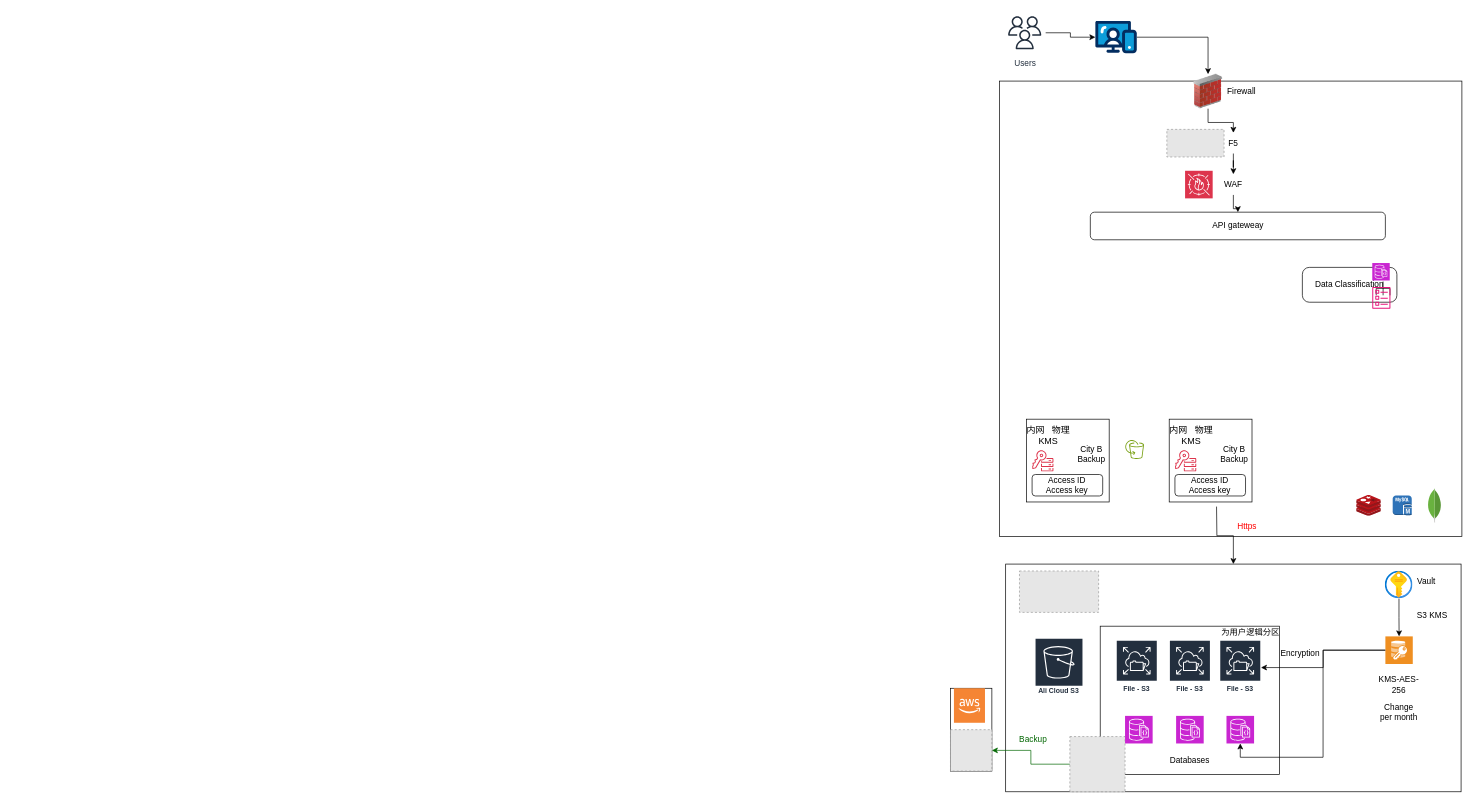
AliceHan7/Architecture-Design keeps this draw.io diagram as 未命名绘图.drawio. Above is the earlier version. Source tidied: cells renumbered, new cells numbered last; positions are measured from the earlier drawing's top-left corner, leaving out a move shared by most shapes. Both pictures are drawn from the tidied source at 69%, with x=0, y=0 at pixel (950, 12). Pictures stored in the file or linked from it are replaced by grey dashed boxes.
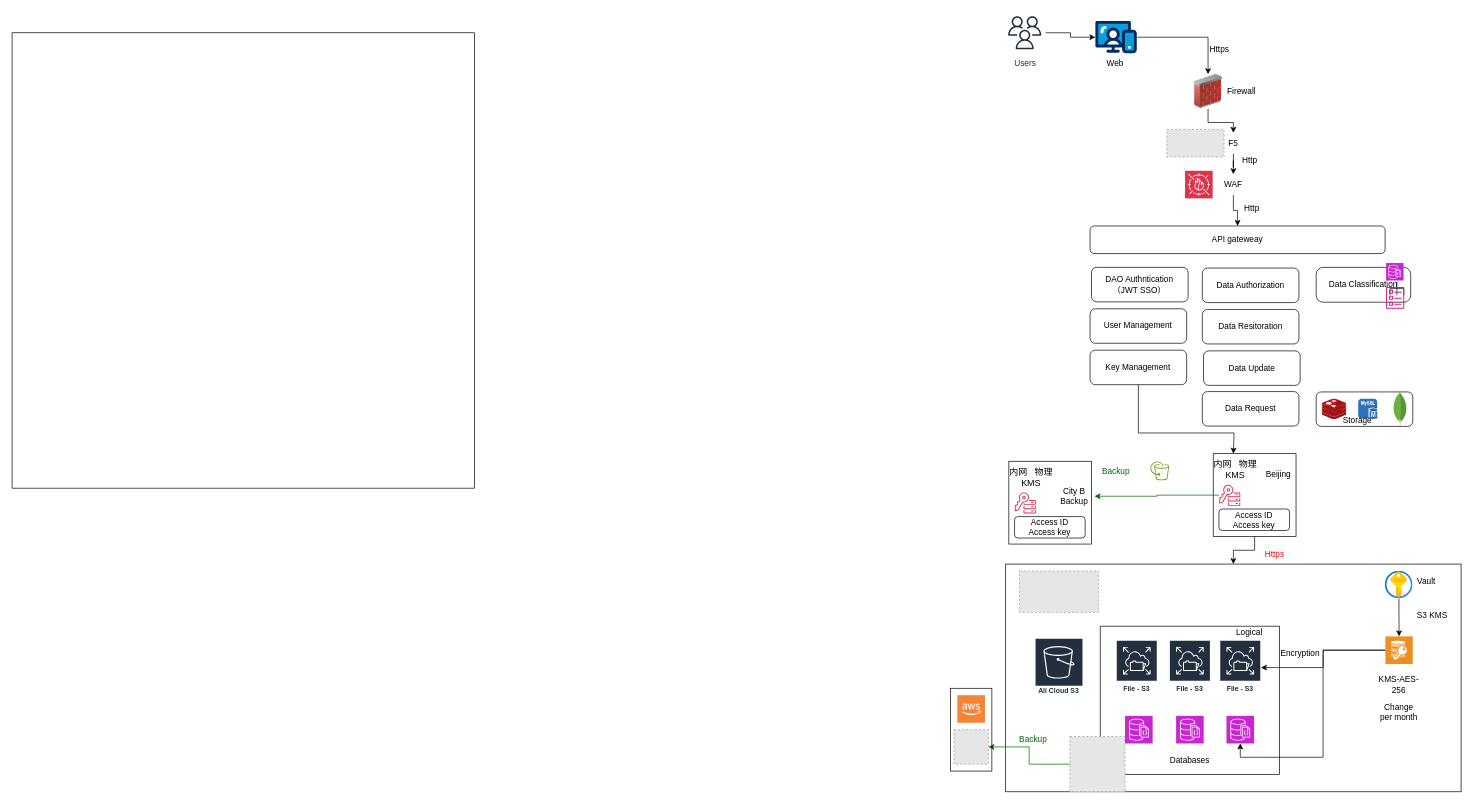
After the change.

Commit message (it also covers changes not shown here):
更新未命名绘图.drawio

The change refers to these unchanged cells:
```xml
<mxCell id="3" style="whiteSpace=wrap;html=1;" parent="1" vertex="1">
  <mxGeometry x="80" y="800" width="660" height="330" as="geometry" />
</mxCell>
<mxCell id="64" value="City B&lt;br&gt;Backup" style="text;html=1;strokeColor=none;fillColor=none;align=center;verticalAlign=middle;whiteSpace=wrap;rounded=0;" parent="59" vertex="1">
  <mxGeometry x="72.4" y="36.7" width="58.8" height="28" as="geometry" />
</mxCell>
<mxCell id="66" style="whiteSpace=wrap;html=1;" parent="65" vertex="1">
  <mxGeometry x="7" width="120" height="120" as="geometry" />
</mxCell>
<mxCell id="68" style="sketch=0;outlineConnect=0;fontColor=#232F3E;gradientColor=none;fillColor=#DD344C;strokeColor=none;dashed=0;verticalLabelPosition=bottom;verticalAlign=top;align=center;html=1;fontSize=12;fontStyle=0;shape=mxgraph.aws4.key_management_service_external_key_store;" parent="65" vertex="1">
  <mxGeometry x="15.3" y="44.5" width="31.1" height="31.1" as="geometry" />
</mxCell>
```

Diff of the diagram source:
```diff
@@
     <mxCell id="2" style="whiteSpace=wrap;html=1;" parent="1" vertex="1">
-      <mxGeometry x="71.2" y="100" width="670" height="660" as="geometry" />
+      <mxGeometry x="-1360" y="30" width="670" height="660" as="geometry" />
     </mxCell>
@@
-    <mxCell id="24" value="为用户逻辑分区" style="text;html=1;strokeColor=none;fillColor=none;align=center;verticalAlign=middle;whiteSpace=wrap;rounded=0;" parent="1" vertex="1">
+    <mxCell id="24" value="Logical&amp;nbsp;" style="text;html=1;strokeColor=none;fillColor=none;align=center;verticalAlign=middle;whiteSpace=wrap;rounded=0;" parent="1" vertex="1">
       <mxGeometry x="390" y="884.8" width="90" height="30" as="geometry" />
     </mxCell>
@@
-    <mxCell id="26" style="edgeStyle=orthogonalEdgeStyle;rounded=0;jettySize=auto;html=1;" parent="1" edge="1" target="3">
-      <mxGeometry relative="1" as="geometry">
-        <mxPoint x="385.6" y="716.7" as="sourcePoint" />
-      </mxGeometry>
-    </mxCell>
-    <mxCell id="27" value="&lt;font color=&quot;#ff0000&quot;&gt;Https&lt;/font&gt;" style="text;html=1;strokeColor=none;fillColor=none;align=center;verticalAlign=middle;whiteSpace=wrap;rounded=0;" parent="1" vertex="1">
-      <mxGeometry x="400" y="730" width="60" height="30" as="geometry" />
-    </mxCell>
     <mxCell id="28" style="group;" parent="1" vertex="1">
-      <mxGeometry x="510" y="370" width="137" height="60" as="geometry" />
+      <mxGeometry x="530" y="370" width="137" height="60" as="geometry" />
     </mxCell>
@@
     <mxCell id="37" style="group;" parent="1" vertex="1">
-      <mxGeometry x="313.6" y="170" width="126.4" height="40" as="geometry" />
+      <mxGeometry x="313.6" y="170" width="150.4" height="60" as="geometry" />
     </mxCell>
@@
-    <mxCell id="40" style="group;strokeColor=default;" parent="1" vertex="1">
-      <mxGeometry y="980" width="60" height="120" as="geometry" />
-    </mxCell>
-    <mxCell id="41" style="dashed=0;verticalLabelPosition=bottom;verticalAlign=top;align=center;html=1;shape=mxgraph.aws3.cloud_2;fillColor=#F58534;gradientColor=none;" parent="40" vertex="1">
-      <mxGeometry x="5" width="45" height="50" as="geometry" />
-    </mxCell>
-    <mxCell id="42" style="fillColor=#E6E6E6;strokeColor=#999999;dashed=1;verticalLabelPosition=bottom;verticalAlign=top;" parent="40" vertex="1">
-      <mxGeometry y="60" width="60" height="60" as="geometry" />
-    </mxCell>
+    <mxCell id="71" value="Http" style="text;html=1;strokeColor=none;fillColor=none;align=center;verticalAlign=middle;whiteSpace=wrap;rounded=0;" parent="37" vertex="1">
+      <mxGeometry x="90.4" y="30" width="60" height="30" as="geometry" />
+    </mxCell>
@@
     <mxCell id="50" value="API gateweay" style="rounded=1;whiteSpace=wrap;html=1;" parent="1" vertex="1">
-      <mxGeometry x="202.7" y="290" width="427.6" height="40" as="geometry" />
+      <mxGeometry x="202.3" y="310" width="427.6" height="40" as="geometry" />
     </mxCell>
@@
-    <mxCell id="54" style="group;" parent="1" vertex="1">
-      <mxGeometry x="588.5" y="690" width="123" height="50" as="geometry" />
-    </mxCell>
-    <mxCell id="55" style="image;sketch=0;html=1;align=center;fontSize=12;image=img/lib/mscae/Cache_Redis_Product.svg;" parent="54" vertex="1">
-      <mxGeometry y="10.5" width="35.7" height="30" as="geometry" />
-    </mxCell>
-    <mxCell id="56" style="dashed=0;verticalLabelPosition=bottom;verticalAlign=top;align=center;html=1;shape=mxgraph.aws3.mysql_db_instance;fillColor=#2E73B8;gradientColor=none;" parent="54" vertex="1">
-      <mxGeometry x="52.4" y="10.5" width="27.6" height="29" as="geometry" />
-    </mxCell>
-    <mxCell id="57" style="dashed=0;html=1;align=center;labelPosition=center;verticalLabelPosition=bottom;verticalAlign=top;shape=mxgraph.weblogos.mongodb;" parent="54" vertex="1">
-      <mxGeometry x="103" width="20" height="50" as="geometry" />
-    </mxCell>
     <mxCell id="58" style="sketch=0;fontColor=#232F3E;gradientColor=none;fillColor=#7AA116;strokeColor=none;dashed=0;verticalLabelPosition=bottom;verticalAlign=top;align=center;html=1;fontSize=12;fontStyle=0;shape=mxgraph.aws4.backup_aws_backup_support_for_amazon_s3;" parent="1" vertex="1">
-      <mxGeometry x="253" y="620" width="27.6" height="27.6" as="geometry" />
+      <mxGeometry x="289.4" y="651" width="27.6" height="27.6" as="geometry" />
     </mxCell>
     <mxCell id="59" style="group;" parent="1" vertex="1">
-      <mxGeometry x="103" y="590" width="131.2" height="120" as="geometry" />
+      <mxGeometry x="77.6" y="651" width="131.2" height="120" as="geometry" />
     </mxCell>
@@
     <mxCell id="65" style="group;" parent="1" vertex="1">
-      <mxGeometry x="310" y="590" width="131.2" height="120" as="geometry" />
+      <mxGeometry x="373.8" y="640" width="131.2" height="120" as="geometry" />
     </mxCell>
@@
-    <mxCell id="70" value="City B&lt;br&gt;Backup" style="text;html=1;strokeColor=none;fillColor=none;align=center;verticalAlign=middle;whiteSpace=wrap;rounded=0;" parent="65" vertex="1">
-      <mxGeometry x="72.4" y="36.7" width="58.8" height="28" as="geometry" />
+    <mxCell id="70" value="Beijing" style="text;html=1;strokeColor=none;fillColor=none;align=center;verticalAlign=middle;whiteSpace=wrap;rounded=0;" parent="65" vertex="1">
+      <mxGeometry x="72.4" y="16.4" width="58.8" height="28" as="geometry" />
     </mxCell>
+    <mxCell id="72" style="edgeStyle=orthogonalEdgeStyle;rounded=0;jettySize=auto;html=1;strokeColor=#006600;" parent="1" edge="1" source="68" target="64">
+      <mxGeometry relative="1" as="geometry" />
+    </mxCell>
+    <mxCell id="73" value="&lt;font color=&quot;#006600&quot;&gt;Backup&lt;/font&gt;" style="text;html=1;strokeColor=none;fillColor=none;align=center;verticalAlign=middle;whiteSpace=wrap;rounded=0;" parent="1" vertex="1">
+      <mxGeometry x="210" y="651" width="60" height="30" as="geometry" />
+    </mxCell>
+    <mxCell id="74" style="edgeStyle=orthogonalEdgeStyle;rounded=0;jettySize=auto;html=1;" parent="1" edge="1" source="66" target="3">
+      <mxGeometry relative="1" as="geometry" />
+    </mxCell>
+    <mxCell id="75" value="Https" style="text;html=1;strokeColor=none;fillColor=none;align=center;verticalAlign=middle;whiteSpace=wrap;rounded=0;" parent="1" vertex="1">
+      <mxGeometry x="360" y="40" width="60" height="30" as="geometry" />
+    </mxCell>
+    <mxCell id="76" value="Http" style="text;html=1;strokeColor=none;fillColor=none;align=center;verticalAlign=middle;whiteSpace=wrap;rounded=0;" parent="1" vertex="1">
+      <mxGeometry x="406.8" y="270" width="60" height="30" as="geometry" />
+    </mxCell>
+    <mxCell id="77" style="edgeStyle=orthogonalEdgeStyle;rounded=0;jettySize=auto;html=1;exitX=0.5;exitY=1;exitDx=0;exitDy=0;" parent="1" edge="1" source="78">
+      <mxGeometry relative="1" as="geometry">
+        <mxPoint x="410" y="640" as="targetPoint" />
+        <Array as="points">
+          <mxPoint x="272" y="610" />
+          <mxPoint x="411" y="610" />
+          <mxPoint x="411" y="640" />
+        </Array>
+      </mxGeometry>
+    </mxCell>
+    <mxCell id="78" value="Key Management" style="rounded=1;whiteSpace=wrap;html=1;" parent="1" vertex="1">
+      <mxGeometry x="202.3" y="490" width="140" height="50" as="geometry" />
+    </mxCell>
+    <mxCell id="79" value="User Management" style="rounded=1;whiteSpace=wrap;html=1;" parent="1" vertex="1">
+      <mxGeometry x="202.3" y="430" width="140" height="50" as="geometry" />
+    </mxCell>
+    <mxCell id="80" value="DAO Authntication （JWT SSO）" style="rounded=1;whiteSpace=wrap;html=1;" parent="1" vertex="1">
+      <mxGeometry x="204.4" y="370" width="140" height="50" as="geometry" />
+    </mxCell>
+    <mxCell id="81" value="Web" style="text;html=1;strokeColor=none;fillColor=none;align=center;verticalAlign=middle;whiteSpace=wrap;rounded=0;" parent="1" vertex="1">
+      <mxGeometry x="208.8" y="60" width="60" height="30" as="geometry" />
+    </mxCell>
+    <mxCell id="82" style="group;" parent="1" vertex="1">
+      <mxGeometry x="530" y="550" width="140" height="60" as="geometry" />
+    </mxCell>
+    <mxCell id="83" style="rounded=1;whiteSpace=wrap;html=1;" parent="82" vertex="1">
+      <mxGeometry y="0.5" width="140" height="50" as="geometry" />
+    </mxCell>
+    <mxCell id="55" style="image;sketch=0;html=1;align=center;fontSize=12;image=img/lib/mscae/Cache_Redis_Product.svg;" parent="82" vertex="1">
+      <mxGeometry x="8.5" y="10.5" width="35.7" height="30" as="geometry" />
+    </mxCell>
+    <mxCell id="56" style="dashed=0;verticalLabelPosition=bottom;verticalAlign=top;align=center;html=1;shape=mxgraph.aws3.mysql_db_instance;fillColor=#2E73B8;gradientColor=none;" parent="82" vertex="1">
+      <mxGeometry x="60.9" y="10.5" width="27.6" height="29" as="geometry" />
+    </mxCell>
+    <mxCell id="57" style="dashed=0;html=1;align=center;labelPosition=center;verticalLabelPosition=bottom;verticalAlign=top;shape=mxgraph.weblogos.mongodb;" parent="82" vertex="1">
+      <mxGeometry x="111.5" width="20" height="50" as="geometry" />
+    </mxCell>
+    <mxCell id="84" value="Storage" style="text;html=1;strokeColor=none;fillColor=none;align=center;verticalAlign=middle;whiteSpace=wrap;rounded=0;" parent="82" vertex="1">
+      <mxGeometry x="30" y="27" width="60" height="30" as="geometry" />
+    </mxCell>
+    <mxCell id="85" style="group;" parent="1" vertex="1">
+      <mxGeometry y="980" width="60" height="120" as="geometry" />
+    </mxCell>
+    <mxCell id="40" style="group;strokeColor=default;" parent="85" vertex="1">
+      <mxGeometry width="60" height="120" as="geometry" />
+    </mxCell>
+    <mxCell id="41" style="dashed=0;verticalLabelPosition=bottom;verticalAlign=top;align=center;html=1;shape=mxgraph.aws3.cloud_2;fillColor=#F58534;gradientColor=none;" parent="85" vertex="1">
+      <mxGeometry x="10" y="10" width="40" height="40" as="geometry" />
+    </mxCell>
+    <mxCell id="42" style="fillColor=#E6E6E6;strokeColor=#999999;dashed=1;verticalLabelPosition=bottom;verticalAlign=top;" parent="85" vertex="1">
+      <mxGeometry x="5" y="60" width="50" height="50" as="geometry" />
+    </mxCell>
+    <mxCell id="86" value="Data Authorization" style="rounded=1;whiteSpace=wrap;html=1;" parent="1" vertex="1">
+      <mxGeometry x="365" y="371" width="140" height="50" as="geometry" />
+    </mxCell>
+    <mxCell id="87" value="Data Resitoration" style="rounded=1;whiteSpace=wrap;html=1;" parent="1" vertex="1">
+      <mxGeometry x="365" y="431" width="140" height="50" as="geometry" />
+    </mxCell>
+    <mxCell id="88" value="Data Update" style="rounded=1;whiteSpace=wrap;html=1;" parent="1" vertex="1">
+      <mxGeometry x="366.8" y="491" width="140" height="50" as="geometry" />
+    </mxCell>
+    <mxCell id="89" value="Data Request" style="rounded=1;whiteSpace=wrap;html=1;" parent="1" vertex="1">
+      <mxGeometry x="365" y="550" width="140" height="50" as="geometry" />
+    </mxCell>
+    <mxCell id="27" value="&lt;font color=&quot;#ff0000&quot;&gt;Https&lt;/font&gt;" style="text;html=1;strokeColor=none;fillColor=none;align=center;verticalAlign=middle;whiteSpace=wrap;rounded=0;" parent="1" vertex="1">
+      <mxGeometry x="440" y="771" width="60" height="30" as="geometry" />
+    </mxCell>
```
